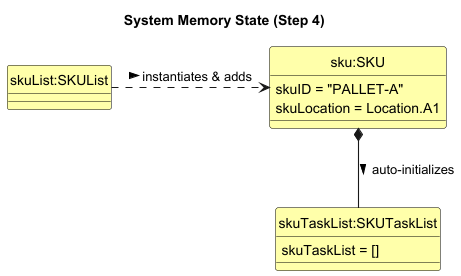
The PlantUML diagram docs/diagrams/add-delete-sku/add-sku-step4.png in heehaw1234/tp, before a commit. The source it was exported from:
```plantuml
@startuml
!include ../style.puml
skinparam arrowThickness 1.1
skinparam classAttributeIconSize 0
hide circle

skinparam ClassFontColor #000000
skinparam ClassBorderColor #000000
skinparam ClassBackgroundColor #FFFFAA

title System Memory State (Step 4)

class "skuList:SKUList" as skuList

class "sku:SKU" as sku {
    skuID = "PALLET-A"
    skuLocation = Location.A1
}

class "skuTaskList:SKUTaskList" as taskList {
    skuTaskList = []
}

skuList .right.> sku : instantiates & adds >
sku *-- taskList : auto-initializes >

@enduml
```
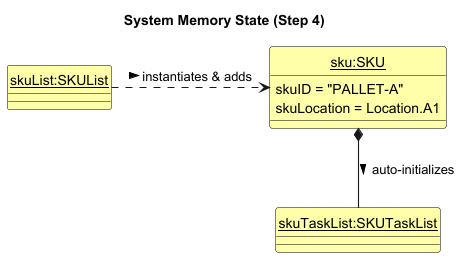
Above is the later version.

Diff of the diagram source:
```diff
@@ -10,16 +10,14 @@
 
 title System Memory State (Step 4)
 
-class "skuList:SKUList" as skuList
+class "<u>skuList:SKUList</u>" as skuList
 
-class "sku:SKU" as sku {
+class "<u>sku:SKU</u>" as sku {
     skuID = "PALLET-A"
     skuLocation = Location.A1
 }
 
-class "skuTaskList:SKUTaskList" as taskList {
-    skuTaskList = []
-}
+class "<u>skuTaskList:SKUTaskList</u>" as taskList
 
 skuList .right.> sku : instantiates & adds >
 sku *-- taskList : auto-initializes >
```
